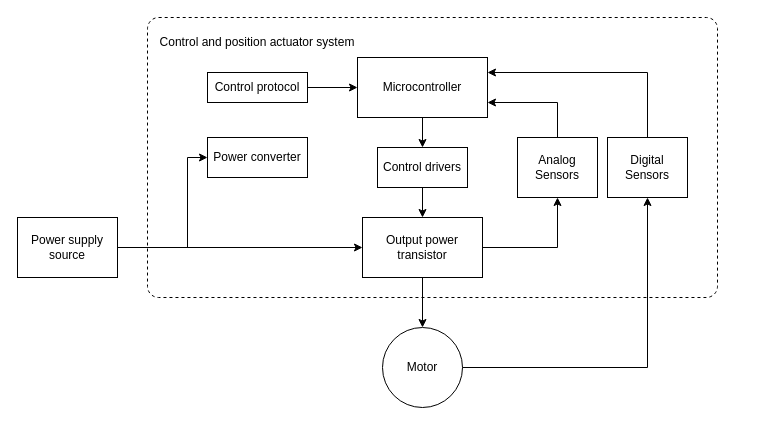
Earlier version of the draw.io diagram Src/extra/Actuator system.drawio (foxybbb/diploma-bachelor). Source tidied: cells renumbered, new cells numbered last; positions are measured from the earlier drawing's top-left corner, leaving out a move shared by most shapes. Both pictures are drawn from the tidied source at 100%, with x=0, y=0 at pixel (17, 17).
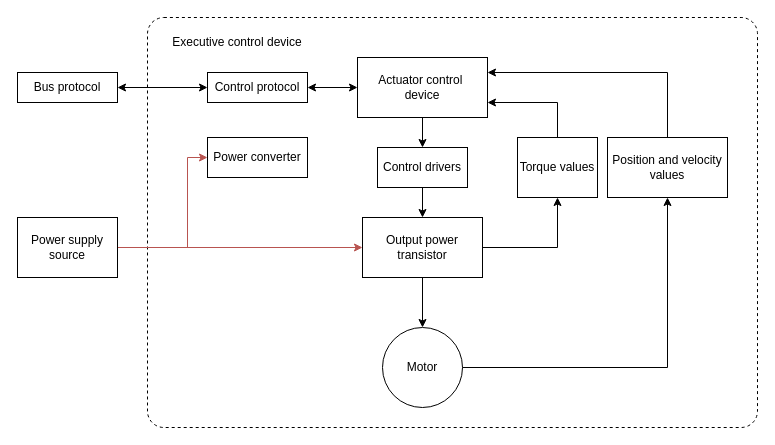
The same page after the edit.

Unchanged cells that the change refers to:
```xml
<mxCell id="9" value="Power supply source" style="rounded=0;whiteSpace=wrap;html=1;" parent="1" vertex="1">
  <mxGeometry y="200" width="100" height="60" as="geometry" />
</mxCell>
<mxCell id="10" value="Power converter" style="rounded=0;whiteSpace=wrap;html=1;" parent="1" vertex="1">
  <mxGeometry x="190" y="120" width="100" height="40" as="geometry" />
</mxCell>
<mxCell id="16" value="Output power transistor" style="rounded=0;whiteSpace=wrap;html=1;" parent="1" vertex="1">
  <mxGeometry x="345" y="200" width="120" height="60" as="geometry" />
</mxCell>
<mxCell id="18" value="Control protocol" style="rounded=0;whiteSpace=wrap;html=1;" parent="1" vertex="1">
  <mxGeometry x="190" y="55" width="100" height="30" as="geometry" />
</mxCell>
```

The edit, as a diff of the source:
```diff
@@
     <mxCell id="2" style="rounded=1;whiteSpace=wrap;html=1;fillColor=none;arcSize=4;dashed=1;" parent="1" vertex="1">
-      <mxGeometry x="130" width="570" height="280" as="geometry" />
+      <mxGeometry x="130" width="610" height="410" as="geometry" />
     </mxCell>
@@
-    <mxCell id="4" value="Microcontroller" style="rounded=0;whiteSpace=wrap;html=1;" parent="1" vertex="1">
+    <mxCell id="4" value="&lt;div&gt;Actuator control&amp;nbsp;&lt;/div&gt;&lt;div&gt;device&lt;/div&gt;" style="rounded=0;whiteSpace=wrap;html=1;" parent="1" vertex="1">
       <mxGeometry x="340" y="40" width="130" height="60" as="geometry" />
     </mxCell>
@@
-    <mxCell id="6" value="Control and position actuator system" style="text;html=1;strokeColor=none;fillColor=none;align=center;verticalAlign=middle;whiteSpace=wrap;rounded=0;" parent="1" vertex="1">
-      <mxGeometry x="140" y="10" width="200" height="30" as="geometry" />
+    <mxCell id="6" value="Executive control device" style="text;html=1;strokeColor=none;fillColor=none;align=center;verticalAlign=middle;whiteSpace=wrap;rounded=0;" parent="1" vertex="1">
+      <mxGeometry x="120" y="10" width="200" height="30" as="geometry" />
     </mxCell>
-    <mxCell id="7" style="edgeStyle=orthogonalEdgeStyle;rounded=0;jettySize=auto;html=1;exitX=1;exitY=0.5;exitDx=0;exitDy=0;entryX=0;entryY=0.5;entryDx=0;entryDy=0;" parent="1" edge="1" source="9" target="10">
+    <mxCell id="7" style="edgeStyle=orthogonalEdgeStyle;rounded=0;jettySize=auto;html=1;exitX=1;exitY=0.5;exitDx=0;exitDy=0;entryX=0;entryY=0.5;entryDx=0;entryDy=0;fillColor=#f8cecc;strokeColor=#b85450;" parent="1" edge="1" source="9" target="10">
       <mxGeometry relative="1" as="geometry">
         <Array as="points">
           <mxPoint x="170" y="230" />
           <mxPoint x="170" y="140" />
         </Array>
       </mxGeometry>
     </mxCell>
-    <mxCell id="8" style="edgeStyle=orthogonalEdgeStyle;rounded=0;jettySize=auto;html=1;exitX=1;exitY=0.5;exitDx=0;exitDy=0;entryX=0;entryY=0.5;entryDx=0;entryDy=0;" parent="1" edge="1" source="9" target="16">
+    <mxCell id="8" style="edgeStyle=orthogonalEdgeStyle;rounded=0;jettySize=auto;html=1;exitX=1;exitY=0.5;exitDx=0;exitDy=0;entryX=0;entryY=0.5;entryDx=0;entryDy=0;fillColor=#f8cecc;strokeColor=#b85450;" parent="1" edge="1" source="9" target="16">
       <mxGeometry relative="1" as="geometry" />
     </mxCell>
@@
-    <mxCell id="12" value="Digital Sensors" style="rounded=0;whiteSpace=wrap;html=1;" parent="1" vertex="1">
-      <mxGeometry x="590" y="120" width="80" height="60" as="geometry" />
+    <mxCell id="12" value="Position and velocity values" style="rounded=0;whiteSpace=wrap;html=1;" parent="1" vertex="1">
+      <mxGeometry x="590" y="120" width="120" height="60" as="geometry" />
     </mxCell>
@@
-    <mxCell id="17" style="edgeStyle=orthogonalEdgeStyle;rounded=0;jettySize=auto;html=1;exitX=1;exitY=0.5;exitDx=0;exitDy=0;entryX=0;entryY=0.5;entryDx=0;entryDy=0;" parent="1" edge="1" source="18" target="4">
+    <mxCell id="17" style="edgeStyle=orthogonalEdgeStyle;rounded=0;jettySize=auto;html=1;exitX=1;exitY=0.5;exitDx=0;exitDy=0;entryX=0;entryY=0.5;entryDx=0;entryDy=0;startArrow=classic;startFill=1;" parent="1" edge="1" source="18" target="4">
       <mxGeometry relative="1" as="geometry" />
     </mxCell>
@@
-    <mxCell id="22" value="Analog Sensors" style="rounded=0;whiteSpace=wrap;html=1;" parent="1" vertex="1">
+    <mxCell id="22" value="Torque values" style="rounded=0;whiteSpace=wrap;html=1;" parent="1" vertex="1">
       <mxGeometry x="500" y="120" width="80" height="60" as="geometry" />
     </mxCell>
+    <mxCell id="23" style="edgeStyle=orthogonalEdgeStyle;rounded=0;jettySize=auto;html=1;exitX=1;exitY=0.5;exitDx=0;exitDy=0;entryX=0;entryY=0.5;entryDx=0;entryDy=0;startArrow=classic;startFill=1;" parent="1" edge="1" source="24" target="18">
+      <mxGeometry relative="1" as="geometry" />
+    </mxCell>
+    <mxCell id="24" value="Bus protocol" style="rounded=0;whiteSpace=wrap;html=1;" parent="1" vertex="1">
+      <mxGeometry y="55" width="100" height="30" as="geometry" />
+    </mxCell>
```
